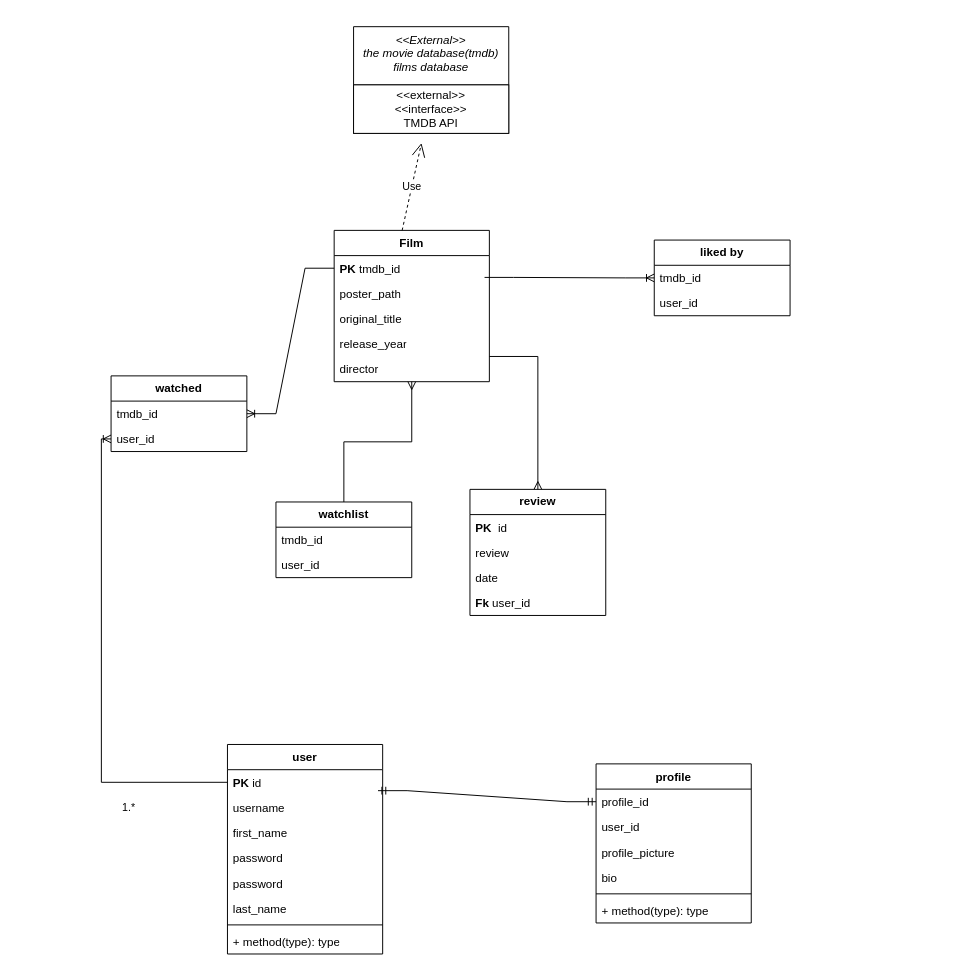
The draw.io diagram uml.drawio in harshaldotcpp/flixboxd, before the edit. Source tidied: cells renumbered, new cells numbered last; positions are measured from the earlier drawing's top-left corner, leaving out a move shared by most shapes. Both pictures are drawn from the tidied source at 97%, with x=0, y=0 at pixel (111, 26).
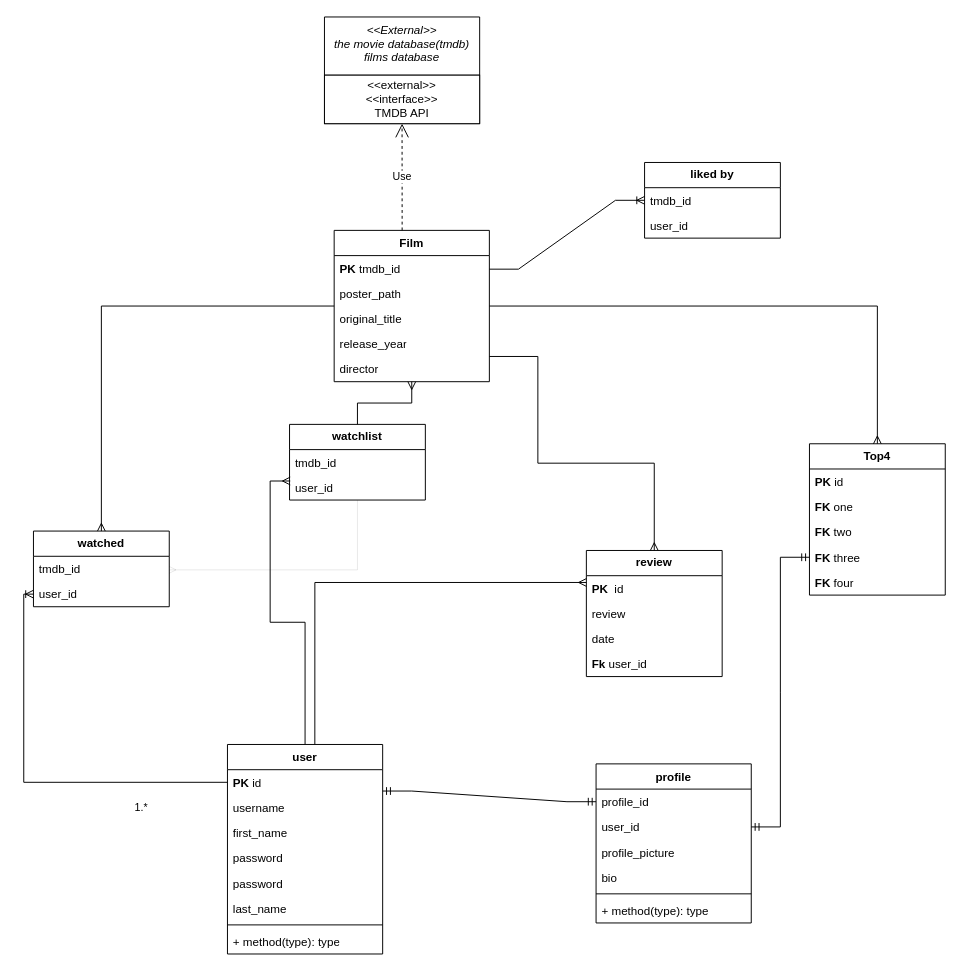
After the change.

The change refers to these unchanged cells:
```xml
<mxCell id="5" value="Film" style="swimlane;fontStyle=1;align=center;verticalAlign=top;horizontal=1;startSize=26;whiteSpace=wrap;html=1;" parent="1" vertex="1">
  <mxGeometry x="230" y="210" width="160" height="156" as="geometry" />
</mxCell>
<mxCell id="6" value="&lt;b&gt;PK &lt;/b&gt;tmdb_id" style="text;strokeColor=none;fillColor=none;align=left;verticalAlign=top;spacingLeft=4;spacingRight=4;overflow=hidden;points=[[0,0.5],[1,0.5]];portConstraint=eastwest;whiteSpace=wrap;html=1;" parent="5" vertex="1">
  <mxGeometry y="26" width="160" height="26" as="geometry" />
</mxCell>
<mxCell id="12" value="user" style="swimlane;fontStyle=1;align=center;verticalAlign=top;horizontal=1;startSize=26;whiteSpace=wrap;html=1;" parent="1" vertex="1">
  <mxGeometry x="120" y="740" width="160" height="216" as="geometry" />
</mxCell>
<mxCell id="13" value="&lt;b&gt;PK &lt;/b&gt;id" style="text;strokeColor=none;fillColor=none;align=left;verticalAlign=top;spacingLeft=4;spacingRight=4;overflow=hidden;points=[[0,0.5],[1,0.5]];portConstraint=eastwest;whiteSpace=wrap;html=1;" parent="12" vertex="1">
  <mxGeometry y="26" width="160" height="26" as="geometry" />
</mxCell>
<mxCell id="22" value="profile_id" style="text;strokeColor=none;fillColor=none;align=left;verticalAlign=top;spacingLeft=4;spacingRight=4;overflow=hidden;points=[[0,0.5],[1,0.5]];portConstraint=eastwest;whiteSpace=wrap;html=1;" parent="21" vertex="1">
  <mxGeometry y="26" width="160" height="26" as="geometry" />
</mxCell>
<mxCell id="23" value="user_id" style="text;strokeColor=none;fillColor=none;align=left;verticalAlign=top;spacingLeft=4;spacingRight=4;overflow=hidden;points=[[0,0.5],[1,0.5]];portConstraint=eastwest;whiteSpace=wrap;html=1;" parent="21" vertex="1">
  <mxGeometry y="52" width="160" height="26" as="geometry" />
</mxCell>
<mxCell id="30" value="tmdb_id" style="text;strokeColor=none;fillColor=none;align=left;verticalAlign=top;spacingLeft=4;spacingRight=4;overflow=hidden;points=[[0,0.5],[1,0.5]];portConstraint=eastwest;whiteSpace=wrap;html=1;" parent="29" vertex="1">
  <mxGeometry y="26" width="140" height="26" as="geometry" />
</mxCell>
<mxCell id="38" value="user_id" style="text;strokeColor=none;fillColor=none;align=left;verticalAlign=top;spacingLeft=4;spacingRight=4;overflow=hidden;points=[[0,0.5],[1,0.5]];portConstraint=eastwest;whiteSpace=wrap;html=1;" parent="36" vertex="1">
  <mxGeometry y="52" width="140" height="26" as="geometry" />
</mxCell>
<mxCell id="44" value="PK&amp;nbsp; &lt;span style=&quot;font-weight: normal;&quot;&gt;id&lt;/span&gt;" style="text;strokeColor=none;fillColor=none;align=left;verticalAlign=top;spacingLeft=4;spacingRight=4;overflow=hidden;points=[[0,0.5],[1,0.5]];portConstraint=eastwest;whiteSpace=wrap;html=1;fontStyle=1;" parent="43" vertex="1">
  <mxGeometry y="26" width="140" height="26" as="geometry" />
</mxCell>
```

The edit, as a diff of the source:
```diff
@@
     <mxCell id="2" value="&lt;&lt;External&gt;&gt;&#10;the movie database(tmdb)&#10;films database" style="swimlane;fontStyle=2;align=center;verticalAlign=top;horizontal=1;startSize=60;rounded=0;shadow=0;strokeWidth=1;" parent="1" vertex="1">
-      <mxGeometry x="250" width="160" height="110" as="geometry" />
+      <mxGeometry x="220" y="-10" width="160" height="110" as="geometry" />
     </mxCell>
@@
     <mxCell id="4" style="edgeStyle=orthogonalEdgeStyle;rounded=0;jettySize=auto;html=1;endArrow=ERmany;endFill=0;entryX=0.5;entryY=0;entryDx=0;entryDy=0;" parent="1" edge="1" source="5" target="43">
       <mxGeometry relative="1" as="geometry">
         <Array as="points">
           <mxPoint x="440" y="340" />
+          <mxPoint x="440" y="450" />
+          <mxPoint x="560" y="450" />
         </Array>
       </mxGeometry>
     </mxCell>
+    <mxCell id="48" style="edgeStyle=orthogonalEdgeStyle;rounded=0;jettySize=auto;html=1;endArrow=ERmany;endFill=0;entryX=0.5;entryY=0;entryDx=0;entryDy=0;entryPerimeter=0;" parent="1" edge="1" source="5" target="29">
+      <mxGeometry relative="1" as="geometry" />
+    </mxCell>
+    <mxCell id="49" style="edgeStyle=orthogonalEdgeStyle;rounded=0;jettySize=auto;html=1;endArrow=ERmany;endFill=0;entryX=0.5;entryY=0;entryDx=0;entryDy=0;entryPerimeter=0;" parent="1" edge="1" source="5" target="53">
+      <mxGeometry relative="1" as="geometry" />
+    </mxCell>
@@
-    <mxCell id="11" value="Use" style="endArrow=open;endSize=12;dashed=1;html=1;rounded=0;exitX=0.438;exitY=0;exitDx=0;exitDy=0;exitPerimeter=0;" parent="1" edge="1" source="5">
-      <mxGeometry relative="1" as="geometry">
-        <mxPoint x="320" y="120" as="targetPoint" />
-      </mxGeometry>
+    <mxCell id="11" value="Use" style="endArrow=open;endSize=12;dashed=1;html=1;rounded=0;exitX=0.438;exitY=0;exitDx=0;exitDy=0;exitPerimeter=0;entryX=0.5;entryY=1;entryDx=0;entryDy=0;" parent="1" edge="1" source="5" target="2">
+      <mxGeometry relative="1" as="geometry" />
     </mxCell>
+    <mxCell id="50" style="edgeStyle=orthogonalEdgeStyle;rounded=0;jettySize=auto;html=1;endArrow=ERmany;endFill=0;exitX=0.563;exitY=0;exitDx=0;exitDy=0;exitPerimeter=0;entryX=0;entryY=0.269;entryDx=0;entryDy=0;entryPerimeter=0;" parent="1" edge="1" source="12" target="44">
+      <mxGeometry relative="1" as="geometry" />
+    </mxCell>
+    <mxCell id="51" style="edgeStyle=orthogonalEdgeStyle;rounded=0;jettySize=auto;html=1;endArrow=ERmany;endFill=0;entryX=0.005;entryY=0.245;entryDx=0;entryDy=0;entryPerimeter=0;" parent="1" edge="1" source="12" target="38">
+      <mxGeometry relative="1" as="geometry" />
+    </mxCell>
@@
-    <mxCell id="28" style="edgeStyle=entityRelationEdgeStyle;fontSize=12;html=1;endArrow=ERmandOne;startArrow=ERmandOne;rounded=0;entryX=0;entryY=0.5;entryDx=0;entryDy=0;exitX=0.97;exitY=0.831;exitDx=0;exitDy=0;exitPerimeter=0;" parent="1" edge="1" source="13" target="22">
-      <mxGeometry relative="1" as="geometry" />
+    <mxCell id="28" style="edgeStyle=entityRelationEdgeStyle;fontSize=12;html=1;endArrow=ERmandOne;startArrow=ERmandOne;rounded=0;entryX=0;entryY=0.5;entryDx=0;entryDy=0;" parent="1" edge="1" target="22">
+      <mxGeometry relative="1" as="geometry">
+        <mxPoint x="280" y="788" as="sourcePoint" />
+      </mxGeometry>
     </mxCell>
     <mxCell id="29" value="watched" style="swimlane;fontStyle=1;horizontal=1;startSize=26;fillColor=none;whiteSpace=wrap;html=1;" parent="1" vertex="1">
-      <mxGeometry y="360" width="140" height="78" as="geometry" />
+      <mxGeometry x="-80" y="520" width="140" height="78" as="geometry" />
     </mxCell>
@@
-    <mxCell id="34" style="edgeStyle=entityRelationEdgeStyle;fontSize=12;html=1;endArrow=ERoneToMany;rounded=0;exitX=0;exitY=0.5;exitDx=0;exitDy=0;entryX=1;entryY=0.5;entryDx=0;entryDy=0;" parent="1" edge="1" source="6" target="30">
-      <mxGeometry relative="1" as="geometry" />
-    </mxCell>
@@
+    <mxCell id="52" style="edgeStyle=orthogonalEdgeStyle;rounded=0;jettySize=auto;html=1;strokeWidth=0;endArrow=ERmany;endFill=0;entryX=1;entryY=0.538;entryDx=0;entryDy=0;entryPerimeter=0;" parent="1" edge="1" source="36" target="30">
+      <mxGeometry relative="1" as="geometry" />
+    </mxCell>
     <mxCell id="36" value="watchlist" style="swimlane;fontStyle=1;horizontal=1;startSize=26;fillColor=none;whiteSpace=wrap;html=1;" parent="1" vertex="1">
-      <mxGeometry x="170" y="490" width="140" height="78" as="geometry" />
+      <mxGeometry x="184" y="410" width="140" height="78" as="geometry" />
     </mxCell>
@@
     <mxCell id="39" value="liked by" style="swimlane;fontStyle=1;horizontal=1;startSize=26;fillColor=none;whiteSpace=wrap;html=1;" parent="1" vertex="1">
-      <mxGeometry x="560" y="220" width="140" height="78" as="geometry" />
+      <mxGeometry x="550" y="140" width="140" height="78" as="geometry" />
     </mxCell>
@@
-    <mxCell id="42" style="edgeStyle=entityRelationEdgeStyle;fontSize=12;html=1;endArrow=ERoneToMany;rounded=0;exitX=0.969;exitY=0.865;exitDx=0;exitDy=0;exitPerimeter=0;entryX=0;entryY=0.5;entryDx=0;entryDy=0;" parent="1" edge="1" source="6" target="39">
+    <mxCell id="42" style="edgeStyle=entityRelationEdgeStyle;fontSize=12;html=1;endArrow=ERoneToMany;rounded=0;exitX=1;exitY=0.538;exitDx=0;exitDy=0;exitPerimeter=0;entryX=0;entryY=0.5;entryDx=0;entryDy=0;" parent="1" edge="1" source="6" target="39">
       <mxGeometry relative="1" as="geometry" />
     </mxCell>
     <mxCell id="43" value="&lt;b&gt;review&lt;/b&gt;" style="swimlane;fontStyle=0;horizontal=1;startSize=26;fillColor=none;whiteSpace=wrap;html=1;" parent="1" vertex="1">
-      <mxGeometry x="370" y="477" width="140" height="130" as="geometry" />
+      <mxGeometry x="490" y="540" width="140" height="130" as="geometry" />
     </mxCell>
@@
+    <mxCell id="53" value="Top4" style="swimlane;fontStyle=1;horizontal=1;startSize=26;fillColor=none;whiteSpace=wrap;html=1;" parent="1" vertex="1">
+      <mxGeometry x="720" y="430" width="140" height="156" as="geometry" />
+    </mxCell>
+    <mxCell id="54" value="&lt;b&gt;PK &lt;/b&gt;id" style="text;strokeColor=none;fillColor=none;align=left;verticalAlign=top;spacingLeft=4;spacingRight=4;overflow=hidden;whiteSpace=wrap;html=1;" parent="53" vertex="1">
+      <mxGeometry y="26" width="140" height="26" as="geometry" />
+    </mxCell>
+    <mxCell id="55" value="FK &lt;span style=&quot;font-weight: normal;&quot;&gt;one&lt;/span&gt;" style="text;strokeColor=none;fillColor=none;align=left;verticalAlign=top;spacingLeft=4;spacingRight=4;overflow=hidden;whiteSpace=wrap;html=1;fontStyle=1;" parent="53" vertex="1">
+      <mxGeometry y="52" width="140" height="26" as="geometry" />
+    </mxCell>
+    <mxCell id="56" value="FK &lt;span style=&quot;font-weight: normal;&quot;&gt;two&lt;/span&gt;" style="text;strokeColor=none;fillColor=none;align=left;verticalAlign=top;spacingLeft=4;spacingRight=4;overflow=hidden;whiteSpace=wrap;html=1;fontStyle=1;" parent="53" vertex="1">
+      <mxGeometry y="78" width="140" height="26" as="geometry" />
+    </mxCell>
+    <mxCell id="57" value="FK &lt;span style=&quot;font-weight: normal;&quot;&gt;three&lt;/span&gt;" style="text;strokeColor=none;fillColor=none;align=left;verticalAlign=top;spacingLeft=4;spacingRight=4;overflow=hidden;points=[[0,0.5],[1,0.5]];portConstraint=eastwest;whiteSpace=wrap;html=1;fontStyle=1;" parent="53" vertex="1">
+      <mxGeometry y="104" width="140" height="26" as="geometry" />
+    </mxCell>
+    <mxCell id="58" value="FK &lt;span style=&quot;font-weight: 400;&quot;&gt;four&lt;/span&gt;" style="text;strokeColor=none;fillColor=none;align=left;verticalAlign=top;spacingLeft=4;spacingRight=4;overflow=hidden;whiteSpace=wrap;html=1;fontStyle=1;" parent="53" vertex="1">
+      <mxGeometry y="130" width="140" height="26" as="geometry" />
+    </mxCell>
+    <mxCell id="59" style="edgeStyle=entityRelationEdgeStyle;fontSize=12;html=1;endArrow=ERmandOne;startArrow=ERmandOne;rounded=0;exitX=1;exitY=0.5;exitDx=0;exitDy=0;entryX=0;entryY=0.5;entryDx=0;entryDy=0;" parent="1" edge="1" source="23" target="57">
+      <mxGeometry relative="1" as="geometry" />
+    </mxCell>
```
